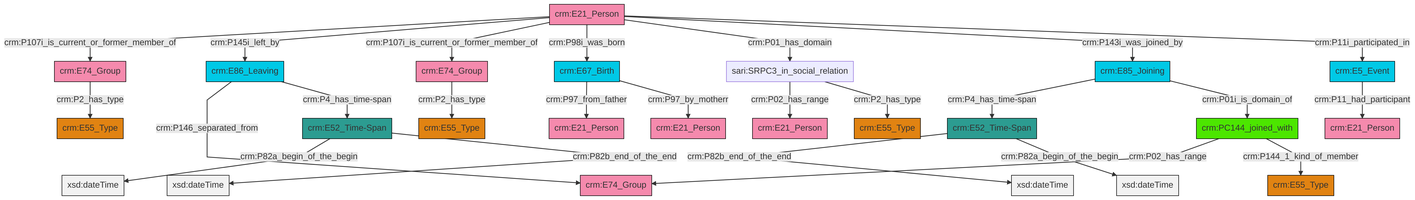
Above: et/personCSV/ttl/mmd/png/Person_Actor_Relations.png in swiss-art-research-net/reference-data-models (Mermaid), before the change. Its source is kept beside it as et/personCSV/ttl/mmd/Person_Actor_Relations.ttl.mmd.
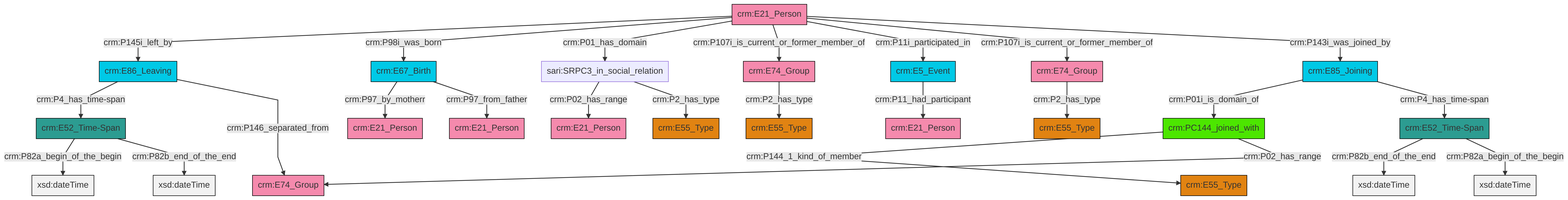
The same diagram one commit later.

The edit, as a diff of the source:
```diff
@@ -13,27 +13,27 @@
 classDef PC_Classes fill:#4ce600, stroke:#000000;
 classDef Multi fill:#cccccc,stroke:#000000;
 
-0["crm:E52_Time-Span"]:::Time-Span -->|crm:P82b_end_of_the_end| 1[xsd:dateTime]:::Literal
-2["crm:E5_Event"]:::Temporal_Entity -->|crm:P11_had_participant| 3["crm:E21_Person"]:::Actor
-8["crm:E86_Leaving"]:::Temporal_Entity -->|crm:P146_separated_from| 9["crm:E74_Group"]:::Actor
-12["sari:SRPC3_in_social_relation"]:::Default -->|crm:P02_has_range| 13["crm:E21_Person"]:::Actor
-10["crm:PC144_joined_with"]:::PC_Classes -->|crm:P02_has_range| 9["crm:E74_Group"]:::Actor
-16["crm:E21_Person"]:::Actor -->|crm:P107i_is_current_or_former_member_of| 17["crm:E74_Group"]:::Actor
-16["crm:E21_Person"]:::Actor -->|crm:P145i_left_by| 8["crm:E86_Leaving"]:::Temporal_Entity
-18["crm:E85_Joining"]:::Temporal_Entity -->|crm:P4_has_time-span| 0["crm:E52_Time-Span"]:::Time-Span
-8["crm:E86_Leaving"]:::Temporal_Entity -->|crm:P4_has_time-span| 21["crm:E52_Time-Span"]:::Time-Span
-21["crm:E52_Time-Span"]:::Time-Span -->|crm:P82a_begin_of_the_begin| 29[xsd:dateTime]:::Literal
-17["crm:E74_Group"]:::Actor -->|crm:P2_has_type| 22["crm:E55_Type"]:::Type
-0["crm:E52_Time-Span"]:::Time-Span -->|crm:P82a_begin_of_the_begin| 31[xsd:dateTime]:::Literal
-21["crm:E52_Time-Span"]:::Time-Span -->|crm:P82b_end_of_the_end| 32[xsd:dateTime]:::Literal
-16["crm:E21_Person"]:::Actor -->|crm:P107i_is_current_or_former_member_of| 4["crm:E74_Group"]:::Actor
-36["crm:E67_Birth"]:::Temporal_Entity -->|crm:P97_from_father| 6["crm:E21_Person"]:::Actor
-36["crm:E67_Birth"]:::Temporal_Entity -->|crm:P97_by_motherr| 37["crm:E21_Person"]:::Actor
-16["crm:E21_Person"]:::Actor -->|crm:P98i_was_born| 36["crm:E67_Birth"]:::Temporal_Entity
-16["crm:E21_Person"]:::Actor -->|crm:P01_has_domain| 12["sari:SRPC3_in_social_relation"]:::Default
-16["crm:E21_Person"]:::Actor -->|crm:P143i_was_joined_by| 18["crm:E85_Joining"]:::Temporal_Entity
-16["crm:E21_Person"]:::Actor -->|crm:P11i_participated_in| 2["crm:E5_Event"]:::Temporal_Entity
-18["crm:E85_Joining"]:::Temporal_Entity -->|crm:P01i_is_domain_of| 10["crm:PC144_joined_with"]:::PC_Classes
-12["sari:SRPC3_in_social_relation"]:::Default -->|crm:P2_has_type| 40["crm:E55_Type"]:::Type
-10["crm:PC144_joined_with"]:::PC_Classes -->|crm:P144_1_kind_of_member| 25["crm:E55_Type"]:::Type
-4["crm:E74_Group"]:::Actor -->|crm:P2_has_type| 19["crm:E55_Type"]:::Type
+0["crm:E21_Person"]:::Actor -->|crm:P145i_left_by| 1["crm:E86_Leaving"]:::Temporal_Entity
+1["crm:E86_Leaving"]:::Temporal_Entity -->|crm:P4_has_time-span| 4["crm:E52_Time-Span"]:::Time-Span
+0["crm:E21_Person"]:::Actor -->|crm:P98i_was_born| 5["crm:E67_Birth"]:::Temporal_Entity
+4["crm:E52_Time-Span"]:::Time-Span -->|crm:P82a_begin_of_the_begin| 6[xsd:dateTime]:::Literal
+1["crm:E86_Leaving"]:::Temporal_Entity -->|crm:P146_separated_from| 7["crm:E74_Group"]:::Actor
+8["sari:SRPC3_in_social_relation"]:::Default -->|crm:P02_has_range| 9["crm:E21_Person"]:::Actor
+4["crm:E52_Time-Span"]:::Time-Span -->|crm:P82b_end_of_the_end| 10[xsd:dateTime]:::Literal
+5["crm:E67_Birth"]:::Temporal_Entity -->|crm:P97_by_motherr| 14["crm:E21_Person"]:::Actor
+19["crm:E52_Time-Span"]:::Time-Span -->|crm:P82b_end_of_the_end| 20[xsd:dateTime]:::Literal
+21["crm:E85_Joining"]:::Temporal_Entity -->|crm:P01i_is_domain_of| 22["crm:PC144_joined_with"]:::PC_Classes
+5["crm:E67_Birth"]:::Temporal_Entity -->|crm:P97_from_father| 23["crm:E21_Person"]:::Actor
+32["crm:E74_Group"]:::Actor -->|crm:P2_has_type| 16["crm:E55_Type"]:::Type
+2["crm:E5_Event"]:::Temporal_Entity -->|crm:P11_had_participant| 29["crm:E21_Person"]:::Actor
+0["crm:E21_Person"]:::Actor -->|crm:P01_has_domain| 8["sari:SRPC3_in_social_relation"]:::Default
+8["sari:SRPC3_in_social_relation"]:::Default -->|crm:P2_has_type| 35["crm:E55_Type"]:::Type
+19["crm:E52_Time-Span"]:::Time-Span -->|crm:P82a_begin_of_the_begin| 40[xsd:dateTime]:::Literal
+22["crm:PC144_joined_with"]:::PC_Classes -->|crm:P144_1_kind_of_member| 27["crm:E55_Type"]:::Type
+21["crm:E85_Joining"]:::Temporal_Entity -->|crm:P4_has_time-span| 19["crm:E52_Time-Span"]:::Time-Span
+0["crm:E21_Person"]:::Actor -->|crm:P107i_is_current_or_former_member_of| 32["crm:E74_Group"]:::Actor
+0["crm:E21_Person"]:::Actor -->|crm:P11i_participated_in| 2["crm:E5_Event"]:::Temporal_Entity
+22["crm:PC144_joined_with"]:::PC_Classes -->|crm:P02_has_range| 7["crm:E74_Group"]:::Actor
+24["crm:E74_Group"]:::Actor -->|crm:P2_has_type| 11["crm:E55_Type"]:::Type
+0["crm:E21_Person"]:::Actor -->|crm:P107i_is_current_or_former_member_of| 24["crm:E74_Group"]:::Actor
+0["crm:E21_Person"]:::Actor -->|crm:P143i_was_joined_by| 21["crm:E85_Joining"]:::Temporal_Entity
```
